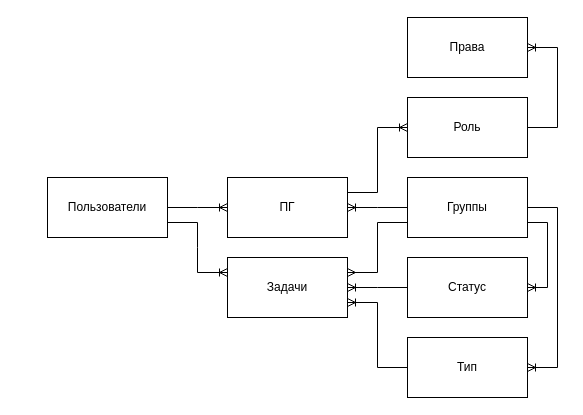
Above: diplom_bd.drawio in shnircourier/diplom_bd_diagram (draw.io), before the change. Source tidied: cells renumbered, new cells numbered last; positions are measured from the earlier drawing's top-left corner, leaving out a move shared by most shapes. Both pictures are drawn from the tidied source at 100%, with x=0, y=0 at pixel (47, 17).
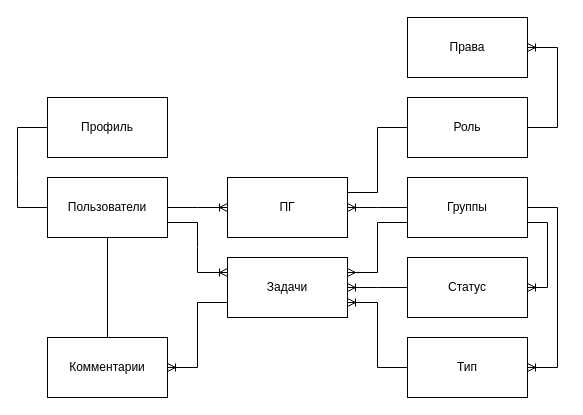
Above is the later version.

Commit message:
Пока что финальная версия

Unchanged cells that the change refers to:
```xml
<mxCell id="2" value="Пользователи" style="rounded=0;whiteSpace=wrap;html=1;" parent="1" vertex="1">
  <mxGeometry y="160" width="120" height="60" as="geometry" />
</mxCell>
<mxCell id="4" value="Задачи" style="rounded=0;whiteSpace=wrap;html=1;direction=east;" parent="1" vertex="1">
  <mxGeometry x="180" y="240" width="120" height="60" as="geometry" />
</mxCell>
<mxCell id="5" value="ПГ" style="rounded=0;whiteSpace=wrap;html=1;" parent="1" vertex="1">
  <mxGeometry x="180" y="160" width="120" height="60" as="geometry" />
</mxCell>
<mxCell id="17" value="Роль" style="rounded=0;whiteSpace=wrap;html=1;" parent="1" vertex="1">
  <mxGeometry x="360" y="80" width="120" height="60" as="geometry" />
</mxCell>
```

Diff of the diagram source:
```diff
@@
-    <mxCell id="18" style="edgeStyle=entityRelationEdgeStyle;fontSize=12;html=1;endArrow=ERoneToMany;rounded=0;strokeColor=default;entryX=0;entryY=0.5;entryDx=0;entryDy=0;exitX=1;exitY=0.25;exitDx=0;exitDy=0;" parent="1" edge="1" source="5" target="17">
+    <mxCell id="18" style="edgeStyle=entityRelationEdgeStyle;fontSize=12;html=1;endArrow=none;rounded=0;strokeColor=default;entryX=0;entryY=0.5;entryDx=0;entryDy=0;exitX=1;exitY=0.25;exitDx=0;exitDy=0;endFill=0;" parent="1" edge="1" source="5" target="17">
       <mxGeometry relative="1" as="geometry" />
     </mxCell>
@@
+    <mxCell id="21" value="Профиль" style="rounded=0;whiteSpace=wrap;html=1;" parent="1" vertex="1">
+      <mxGeometry y="80" width="120" height="60" as="geometry" />
+    </mxCell>
+    <mxCell id="22" style="fontSize=12;html=1;endArrow=none;rounded=0;strokeColor=default;exitX=0;exitY=0.5;exitDx=0;exitDy=0;entryX=0;entryY=0.5;entryDx=0;entryDy=0;endFill=0;" parent="1" edge="1" source="21" target="2">
+      <mxGeometry relative="1" as="geometry">
+        <Array as="points">
+          <mxPoint x="-30" y="110" />
+          <mxPoint x="-30" y="160" />
+          <mxPoint x="-30" y="190" />
+        </Array>
+      </mxGeometry>
+    </mxCell>
+    <mxCell id="23" value="Комментарии" style="rounded=0;whiteSpace=wrap;html=1;" parent="1" vertex="1">
+      <mxGeometry y="320" width="120" height="60" as="geometry" />
+    </mxCell>
+    <mxCell id="24" style="edgeStyle=entityRelationEdgeStyle;fontSize=12;html=1;endArrow=ERoneToMany;rounded=0;strokeColor=default;entryX=1;entryY=0.5;entryDx=0;entryDy=0;exitX=0;exitY=0.75;exitDx=0;exitDy=0;" parent="1" edge="1" source="4" target="23">
+      <mxGeometry relative="1" as="geometry" />
+    </mxCell>
+    <mxCell id="25" style="endArrow=none;html=1;rounded=0;strokeColor=default;exitX=0.5;exitY=1;exitDx=0;exitDy=0;entryX=0.5;entryY=0;entryDx=0;entryDy=0;" parent="1" edge="1" source="2" target="23">
+      <mxGeometry relative="1" as="geometry" />
+    </mxCell>
```
